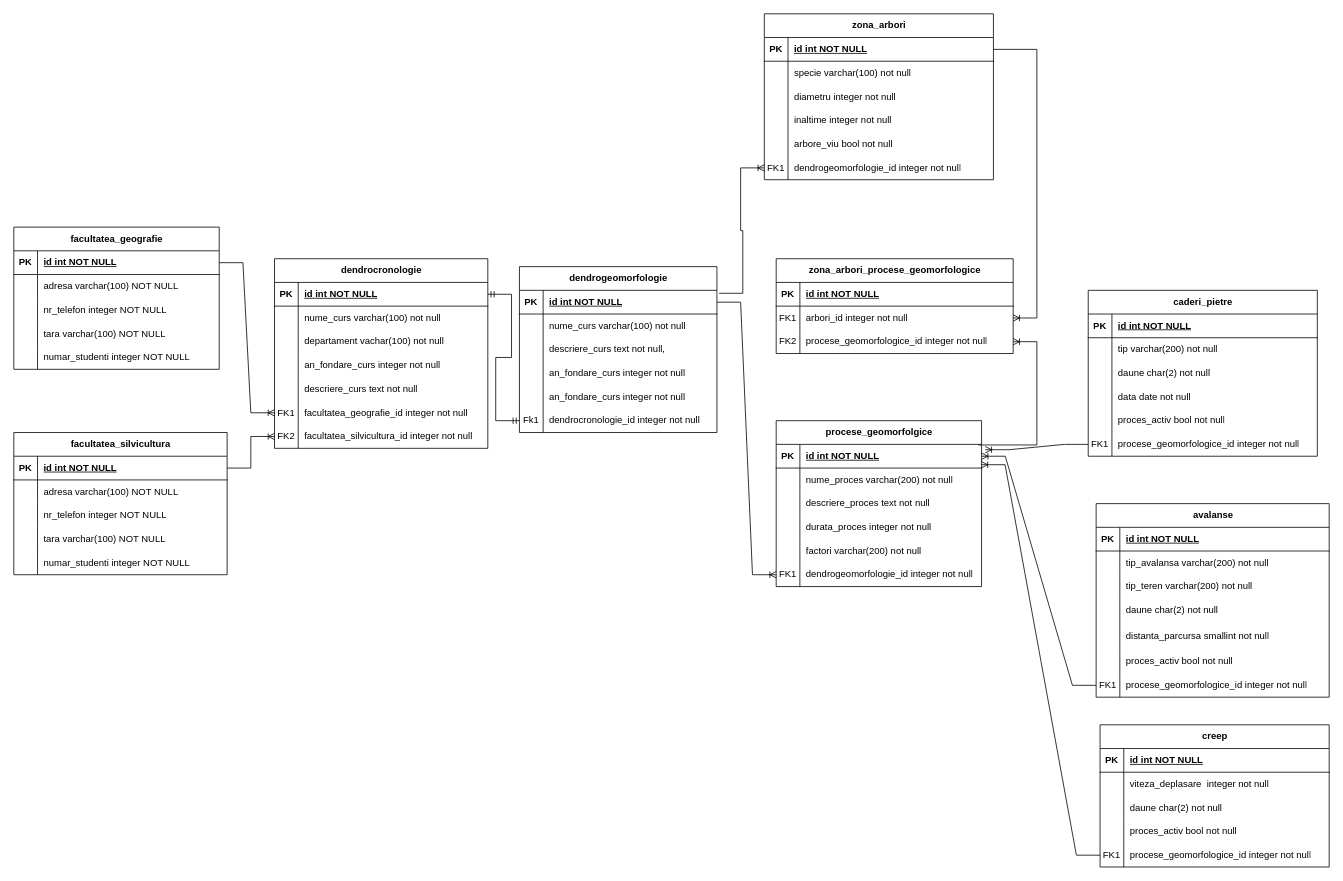
Before: model_conceptual.drawio in cristian19122001/examen_sem_1_db, a draw.io diagram. Source tidied: cells renumbered, new cells numbered last; positions are measured from the earlier drawing's top-left corner, leaving out a move shared by most shapes. Both pictures are drawn from the tidied source at 79%, with x=0, y=0 at pixel (13, 13).
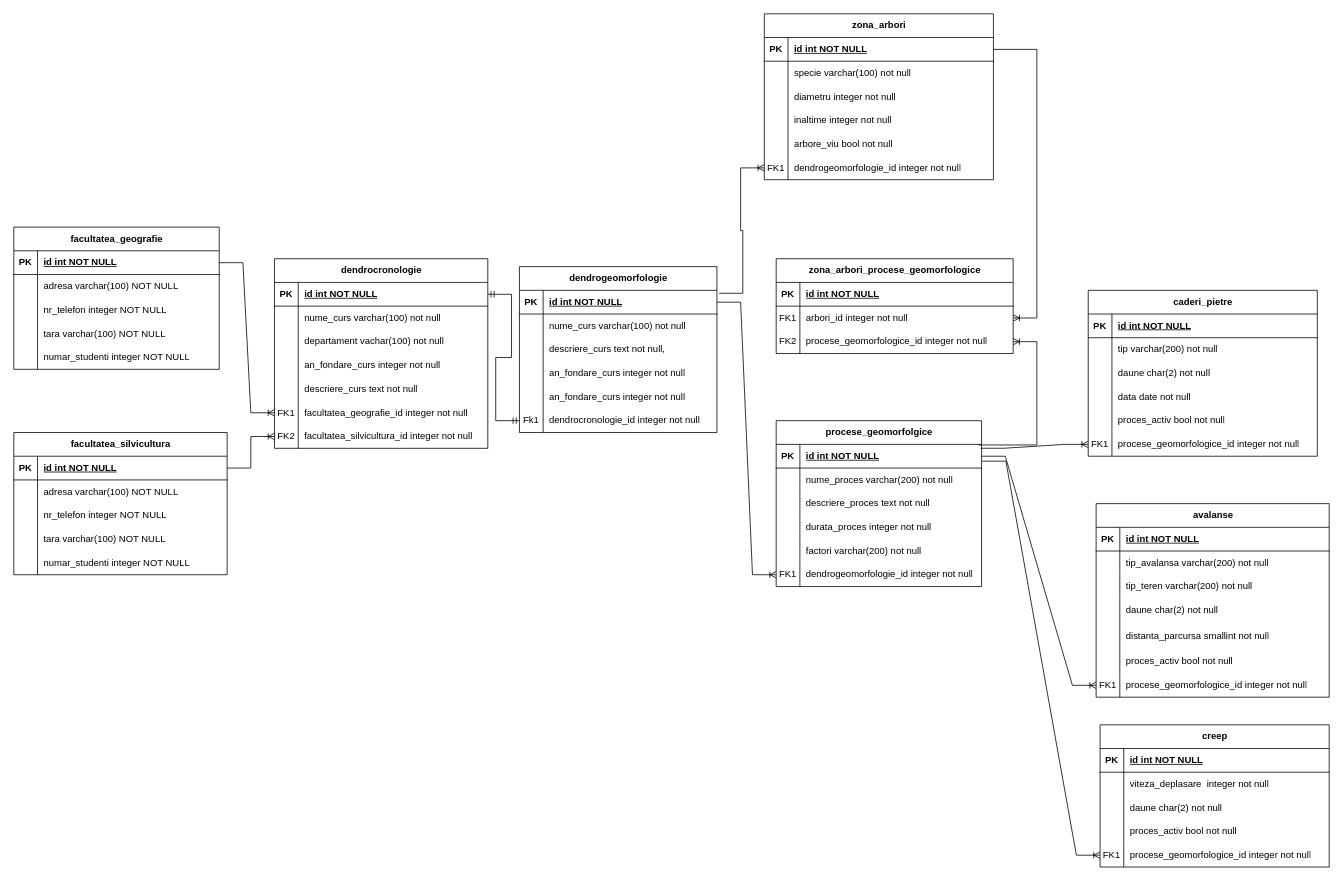
Above is the later version.

The change refers to these unchanged cells:
```xml
<mxCell id="76" style="shape=tableRow;horizontal=0;startSize=0;swimlaneHead=0;swimlaneBody=0;fillColor=none;points=[[0,0.5],[1,0.5]];portConstraint=eastwest;top=0;left=0;right=0;bottom=1;" parent="75" vertex="1">
  <mxGeometry y="30" width="260" height="30" as="geometry" />
</mxCell>
<mxCell id="142" style="shape=tableRow;horizontal=0;startSize=0;swimlaneHead=0;swimlaneBody=0;fillColor=none;points=[[0,0.5],[1,0.5]];portConstraint=eastwest;top=0;left=0;right=0;bottom=0;" parent="123" vertex="1">
  <mxGeometry y="215" width="295" height="30" as="geometry" />
</mxCell>
<mxCell id="161" style="shape=tableRow;horizontal=0;startSize=0;swimlaneHead=0;swimlaneBody=0;fillColor=none;points=[[0,0.5],[1,0.5]];portConstraint=eastwest;top=0;left=0;right=0;bottom=0;" parent="145" vertex="1">
  <mxGeometry y="180" width="290" height="30" as="geometry" />
</mxCell>
<mxCell id="177" style="shape=tableRow;horizontal=0;startSize=0;swimlaneHead=0;swimlaneBody=0;fillColor=none;points=[[0,0.5],[1,0.5]];portConstraint=eastwest;top=0;left=0;right=0;bottom=0;" parent="164" vertex="1">
  <mxGeometry y="150" width="290" height="30" as="geometry" />
</mxCell>
```

The edit, as a diff of the source:
```diff
@@
-    <mxCell id="187" style="edgeStyle=entityRelationEdgeStyle;fontSize=12;html=1;endArrow=ERoneToMany;rounded=0;entryX=1.018;entryY=0.225;entryDx=0;entryDy=0;entryPerimeter=0;" parent="1" edge="1" source="161" target="76">
+    <mxCell id="187" style="edgeStyle=entityRelationEdgeStyle;fontSize=12;html=1;endArrow=ERoneToMany;rounded=0;entryX=0;entryY=0.5;entryDx=0;entryDy=0;exitX=0.995;exitY=0.164;exitDx=0;exitDy=0;exitPerimeter=0;" parent="1" edge="1" source="76" target="161">
       <mxGeometry relative="1" as="geometry" />
     </mxCell>
-    <mxCell id="188" style="edgeStyle=entityRelationEdgeStyle;fontSize=12;html=1;endArrow=ERoneToMany;rounded=0;entryX=1;entryY=0.5;entryDx=0;entryDy=0;exitX=0;exitY=0.5;exitDx=0;exitDy=0;" parent="1" edge="1" source="142" target="76">
+    <mxCell id="188" style="edgeStyle=entityRelationEdgeStyle;fontSize=12;html=1;endArrow=ERoneToMany;rounded=0;exitX=1;exitY=0.5;exitDx=0;exitDy=0;entryX=0;entryY=0.5;entryDx=0;entryDy=0;" parent="1" edge="1" source="76" target="142">
       <mxGeometry relative="1" as="geometry">
         <Array as="points">
           <mxPoint x="1260" y="650" />
         </Array>
       </mxGeometry>
     </mxCell>
-    <mxCell id="189" style="edgeStyle=entityRelationEdgeStyle;fontSize=12;html=1;endArrow=ERoneToMany;rounded=0;entryX=0.999;entryY=0.858;entryDx=0;entryDy=0;exitX=0;exitY=0.5;exitDx=0;exitDy=0;entryPerimeter=0;" parent="1" edge="1" source="177" target="76">
+    <mxCell id="189" style="edgeStyle=entityRelationEdgeStyle;fontSize=12;html=1;endArrow=ERoneToMany;rounded=0;exitX=1.003;exitY=0.707;exitDx=0;exitDy=0;exitPerimeter=0;entryX=0;entryY=0.5;entryDx=0;entryDy=0;" parent="1" edge="1" source="76" target="177">
       <mxGeometry relative="1" as="geometry">
         <Array as="points">
           <mxPoint x="1270" y="660" />
         </Array>
       </mxGeometry>
     </mxCell>
```
